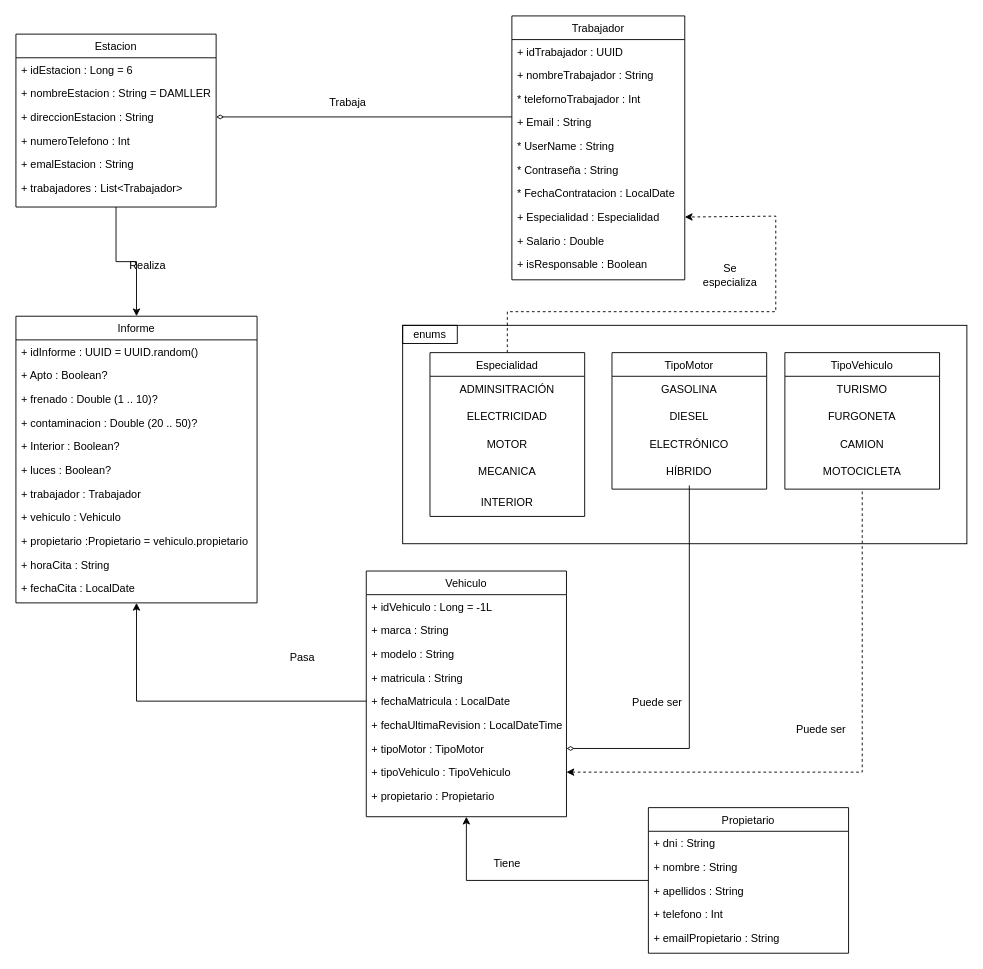
Before: Diagramas/Entornos/Diagrama_de_clase.drawio in AlvaroDVA/Proyecto_ITV, a draw.io diagram. Source tidied: cells renumbered, new cells numbered last; positions are measured from the earlier drawing's top-left corner, leaving out a move shared by most shapes. Both pictures are drawn from the tidied source at 91%, with x=0, y=0 at pixel (15, 15).
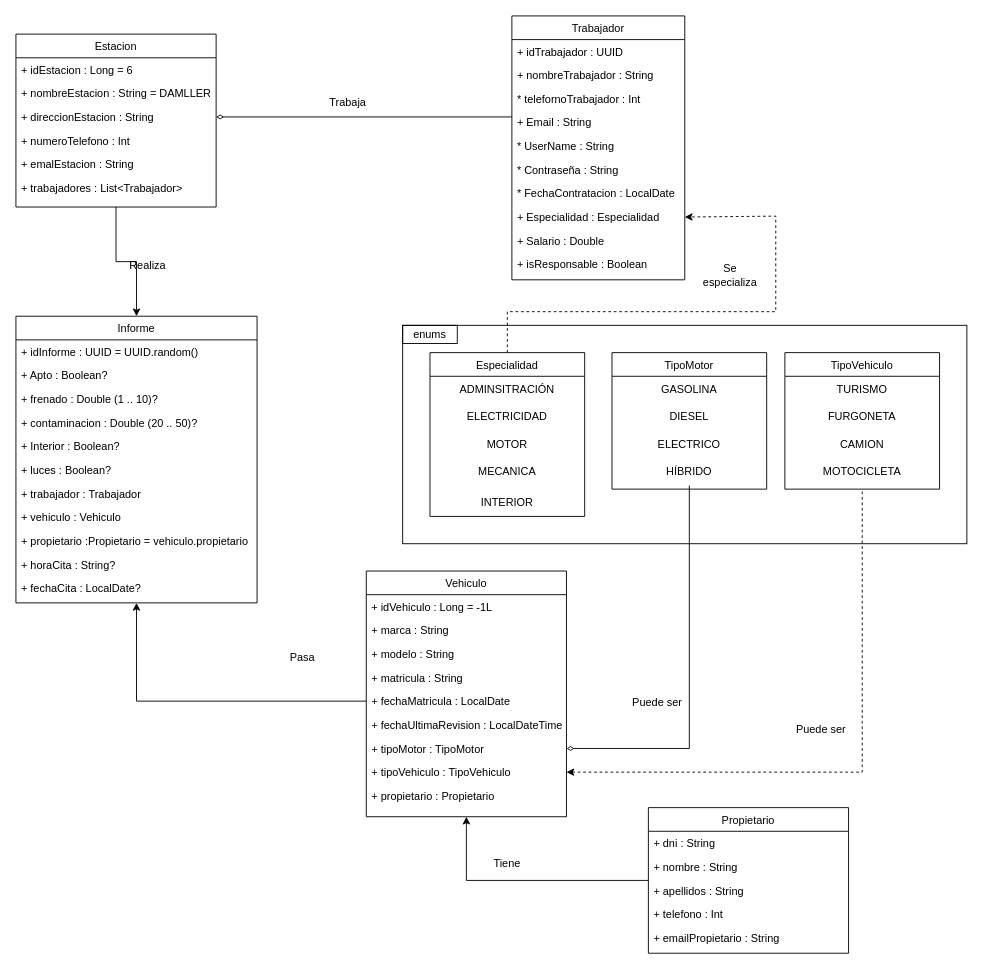
The same diagram, later.

The change refers to these unchanged cells:
```xml
<mxCell id="28" value="TipoMotor" style="swimlane;fontStyle=0;align=center;verticalAlign=top;horizontal=1;startSize=26;rounded=0;shadow=0;strokeWidth=1;" parent="1" vertex="1">
  <mxGeometry x="655" y="370" width="170" height="150" as="geometry" />
</mxCell>
<mxCell id="66" value="Informe" style="swimlane;fontStyle=0;align=center;verticalAlign=top;horizontal=1;startSize=26;rounded=0;shadow=0;strokeWidth=1;" parent="1" vertex="1">
  <mxGeometry y="330" width="265" height="315" as="geometry" />
</mxCell>
```

The edit, as a diff of the source:
```diff
@@
-    <mxCell id="31" value="ELECTRÓNICO" style="text;html=1;strokeColor=none;fillColor=none;align=center;verticalAlign=middle;whiteSpace=wrap;rounded=0;" parent="28" vertex="1">
+    <mxCell id="31" value="ELECTRICO" style="text;html=1;strokeColor=none;fillColor=none;align=center;verticalAlign=middle;whiteSpace=wrap;rounded=0;" parent="28" vertex="1">
       <mxGeometry y="86" width="170" height="30" as="geometry" />
     </mxCell>
@@
-    <mxCell id="76" value="+ horaCita : String" style="text;align=left;verticalAlign=top;spacingLeft=4;spacingRight=4;overflow=hidden;rounded=0;shadow=0;html=0;" parent="66" vertex="1">
+    <mxCell id="76" value="+ horaCita : String?" style="text;align=left;verticalAlign=top;spacingLeft=4;spacingRight=4;overflow=hidden;rounded=0;shadow=0;html=0;" parent="66" vertex="1">
       <mxGeometry y="260" width="265" height="26" as="geometry" />
     </mxCell>
-    <mxCell id="77" value="+ fechaCita : LocalDate" style="text;align=left;verticalAlign=top;spacingLeft=4;spacingRight=4;overflow=hidden;rounded=0;shadow=0;html=0;" parent="66" vertex="1">
+    <mxCell id="77" value="+ fechaCita : LocalDate?" style="text;align=left;verticalAlign=top;spacingLeft=4;spacingRight=4;overflow=hidden;rounded=0;shadow=0;html=0;" parent="66" vertex="1">
       <mxGeometry y="286" width="265" height="26" as="geometry" />
     </mxCell>
```
